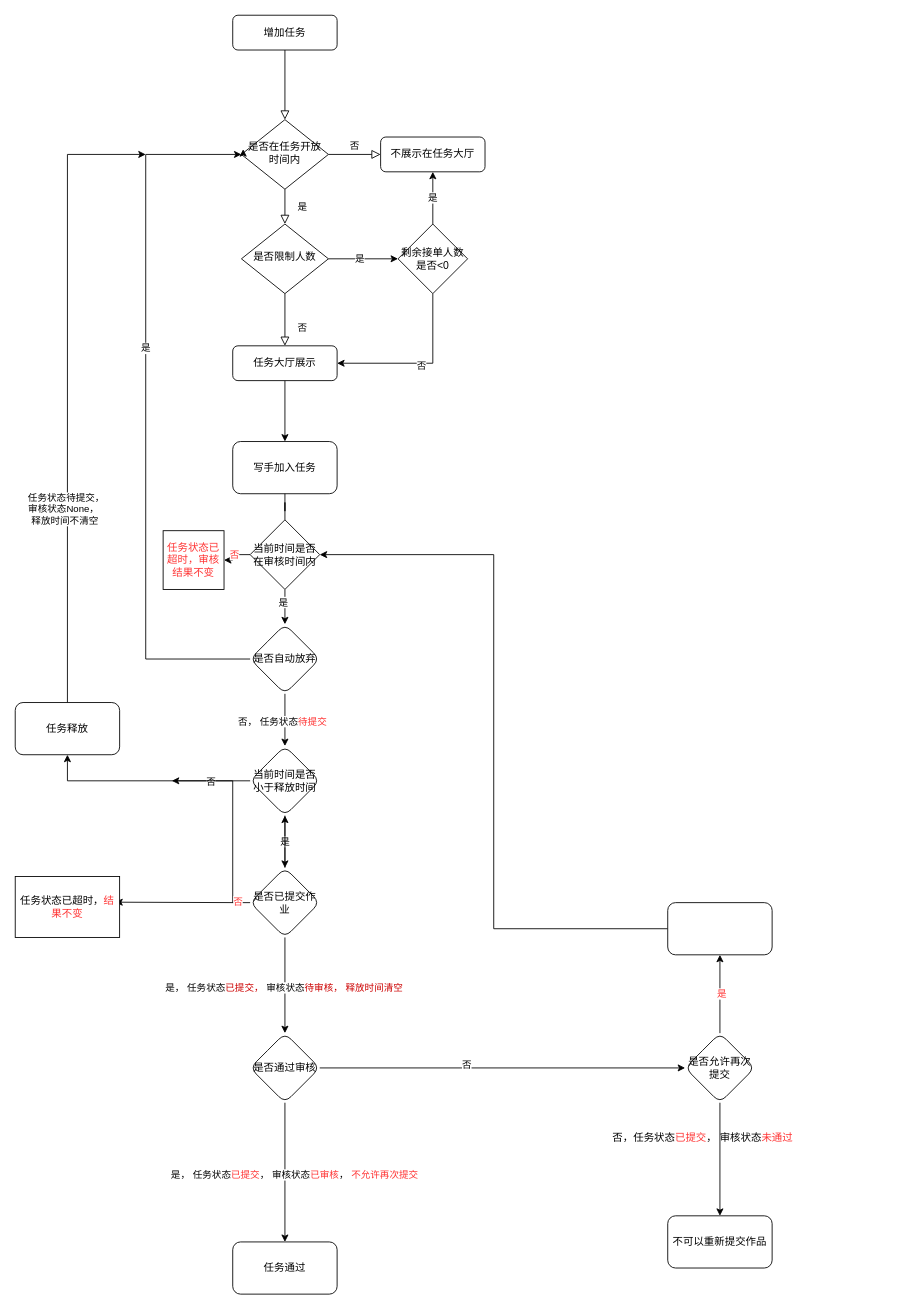
Above: Untitled Diagram.drawio in dongfang-fang/dongfang-fang (draw.io), before the change. Source tidied: cells renumbered, new cells numbered last; positions are measured from the earlier drawing's top-left corner, leaving out a move shared by most shapes. Both pictures are drawn from the tidied source at 87%, with x=0, y=0 at pixel (15, 15).
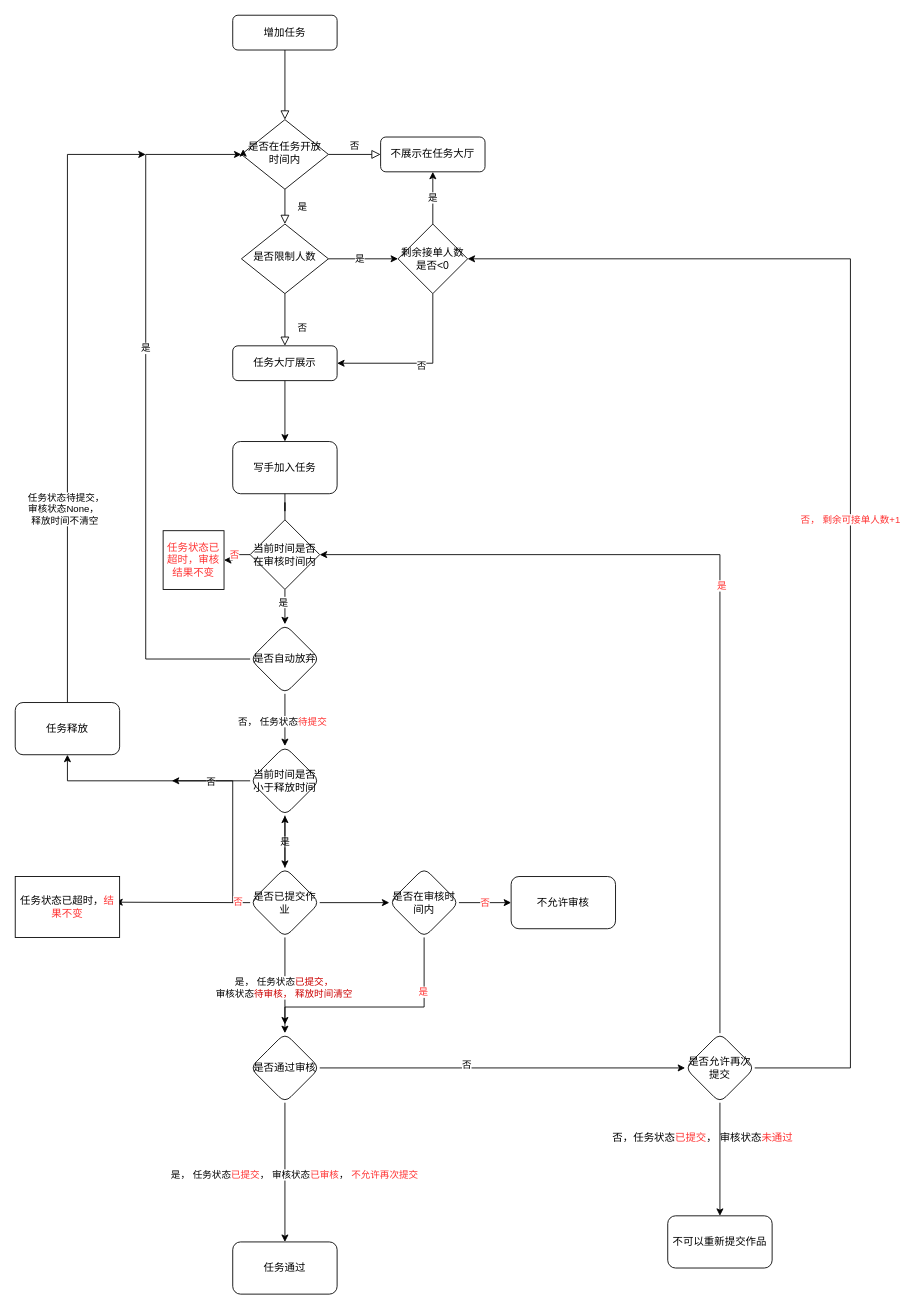
Above is the later version.

The change refers to these unchanged cells:
```xml
<mxCell id="18" value="剩余接单人数是否&amp;lt;0" style="rhombus;whiteSpace=wrap;html=1;" parent="1" vertex="1">
  <mxGeometry x="440" y="240" width="80" height="80" as="geometry" />
</mxCell>
<mxCell id="32" style="edgeStyle=orthogonalEdgeStyle;rounded=0;jettySize=auto;html=1;fontColor=#CC0000;" parent="1" edge="1" source="37" target="42">
  <mxGeometry relative="1" as="geometry" />
</mxCell>
<mxCell id="37" value="是否已提交作业" style="rhombus;whiteSpace=wrap;html=1;rounded=1;glass=0;strokeWidth=1;shadow=0;" parent="1" vertex="1">
  <mxGeometry x="270" y="980" width="80" height="80" as="geometry" />
</mxCell>
<mxCell id="50" value="是否允许再次提交" style="rhombus;whiteSpace=wrap;html=1;rounded=1;glass=0;strokeWidth=1;shadow=0;" parent="1" vertex="1">
  <mxGeometry x="770" y="1170" width="80" height="80" as="geometry" />
</mxCell>
<mxCell id="54" value="&lt;font color=&quot;#000000&quot;&gt;当前时间是否在审核时间内&lt;/font&gt;" style="rhombus;whiteSpace=wrap;html=1;fontColor=#FF3333;" parent="1" vertex="1">
  <mxGeometry x="270" y="580" width="80" height="80" as="geometry" />
</mxCell>
```

The edit, as a diff of the source:
```diff
@@
-    <mxCell id="33" value="&lt;span style=&quot;color: rgb(0 , 0 , 0)&quot;&gt;是， 任务状态&lt;/span&gt;&lt;font color=&quot;#cc0000&quot;&gt;已提交， &lt;/font&gt;&lt;font color=&quot;#000000&quot;&gt;审核状态&lt;/font&gt;&lt;font color=&quot;#cc0000&quot;&gt;待审核， 释放时间清空&lt;/font&gt;" style="edgeLabel;html=1;align=center;verticalAlign=middle;fontColor=#CC0000;" parent="32" vertex="1">
+    <mxCell id="33" value="&lt;span style=&quot;color: rgb(0 , 0 , 0)&quot;&gt;是， 任务状态&lt;/span&gt;&lt;font color=&quot;#cc0000&quot;&gt;已提交， &lt;br&gt;&lt;/font&gt;&lt;font color=&quot;#000000&quot;&gt;审核状态&lt;/font&gt;&lt;font color=&quot;#cc0000&quot;&gt;待审核， 释放时间清空&lt;/font&gt;" style="edgeLabel;html=1;align=center;verticalAlign=middle;fontColor=#CC0000;" parent="32" vertex="1">
       <mxGeometry x="0.03" y="-2" relative="1" as="geometry" />
     </mxCell>
@@
+    <mxCell id="60" style="edgeStyle=orthogonalEdgeStyle;rounded=0;jettySize=auto;html=1;fontColor=#FF3333;" parent="1" edge="1" source="37" target="65">
+      <mxGeometry relative="1" as="geometry" />
+    </mxCell>
@@
-    <mxCell id="48" style="edgeStyle=orthogonalEdgeStyle;rounded=0;jettySize=auto;html=1;fontColor=#FF3333;" parent="1" edge="1" source="50" target="58">
-      <mxGeometry relative="1" as="geometry" />
+    <mxCell id="48" style="edgeStyle=orthogonalEdgeStyle;rounded=0;jettySize=auto;html=1;fontColor=#FF3333;entryX=1;entryY=0.5;entryDx=0;entryDy=0;" parent="1" edge="1" source="50" target="54">
+      <mxGeometry relative="1" as="geometry">
+        <Array as="points">
+          <mxPoint x="810" y="620" />
+        </Array>
+      </mxGeometry>
     </mxCell>
@@
+    <mxCell id="61" value="否， 剩余可接单人数+1" style="edgeStyle=orthogonalEdgeStyle;rounded=0;jettySize=auto;html=1;fontColor=#FF3333;entryX=1;entryY=0.5;entryDx=0;entryDy=0;" parent="1" edge="1" source="50" target="18">
+      <mxGeometry relative="1" as="geometry">
+        <Array as="points">
+          <mxPoint x="960" y="1210" />
+          <mxPoint x="960" y="280" />
+        </Array>
+      </mxGeometry>
+    </mxCell>
@@
-    <mxCell id="57" style="edgeStyle=orthogonalEdgeStyle;rounded=0;jettySize=auto;html=1;fontColor=#FF3333;entryX=1;entryY=0.5;entryDx=0;entryDy=0;" parent="1" edge="1" source="58" target="54">
-      <mxGeometry relative="1" as="geometry" />
-    </mxCell>
-    <mxCell id="58" style="whiteSpace=wrap;html=1;rounded=1;glass=0;strokeWidth=1;shadow=0;" parent="1" vertex="1">
-      <mxGeometry x="750" y="1020" width="120" height="60" as="geometry" />
-    </mxCell>
@@
+    <mxCell id="62" style="edgeStyle=orthogonalEdgeStyle;rounded=0;jettySize=auto;html=1;fontColor=#FF3333;" parent="1" edge="1" source="65">
+      <mxGeometry relative="1" as="geometry">
+        <mxPoint x="310" y="1160" as="targetPoint" />
+        <Array as="points">
+          <mxPoint x="470" y="1140" />
+          <mxPoint x="310" y="1140" />
+        </Array>
+      </mxGeometry>
+    </mxCell>
+    <mxCell id="63" value="是" style="edgeLabel;html=1;align=center;verticalAlign=middle;fontColor=#FF3333;" parent="62" vertex="1">
+      <mxGeometry x="-0.52" y="-2" relative="1" as="geometry" />
+    </mxCell>
+    <mxCell id="64" value="否" style="edgeStyle=orthogonalEdgeStyle;rounded=0;jettySize=auto;html=1;fontColor=#FF3333;" parent="1" edge="1" source="65" target="66">
+      <mxGeometry relative="1" as="geometry" />
+    </mxCell>
+    <mxCell id="65" value="是否在审核时间内" style="rhombus;whiteSpace=wrap;html=1;rounded=1;glass=0;strokeWidth=1;shadow=0;" parent="1" vertex="1">
+      <mxGeometry x="430" y="980" width="80" height="80" as="geometry" />
+    </mxCell>
+    <mxCell id="66" value="不允许审核" style="whiteSpace=wrap;html=1;rounded=1;glass=0;strokeWidth=1;shadow=0;" parent="1" vertex="1">
+      <mxGeometry x="570" y="990" width="120" height="60" as="geometry" />
+    </mxCell>
```
